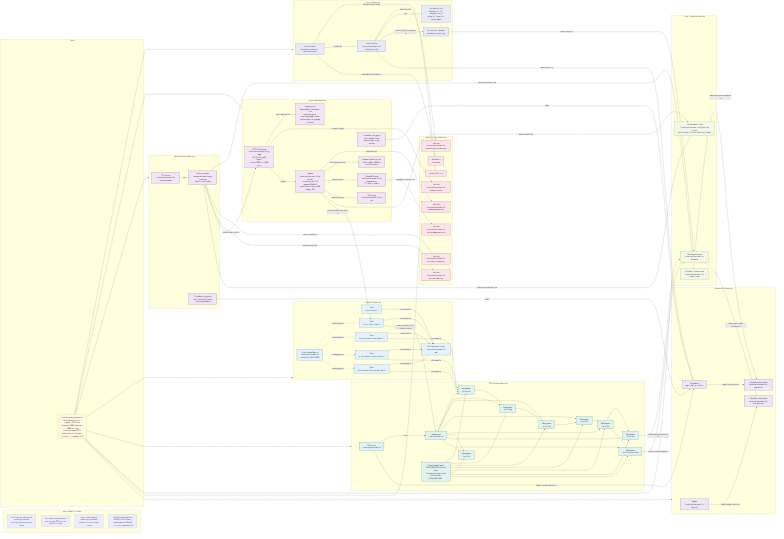
Above: docs/design/platform/dev_full/graph/readiness/dev_full_platform_resources_production_ready_current_v0.mermaid.png in EsosaOrumwese/fraud-detection-system (Mermaid), before the change. Its source is kept beside it as docs/design/platform/dev_full/graph/readiness/dev_full_platform_resources_production_ready_current_v0.mermaid.mmd.
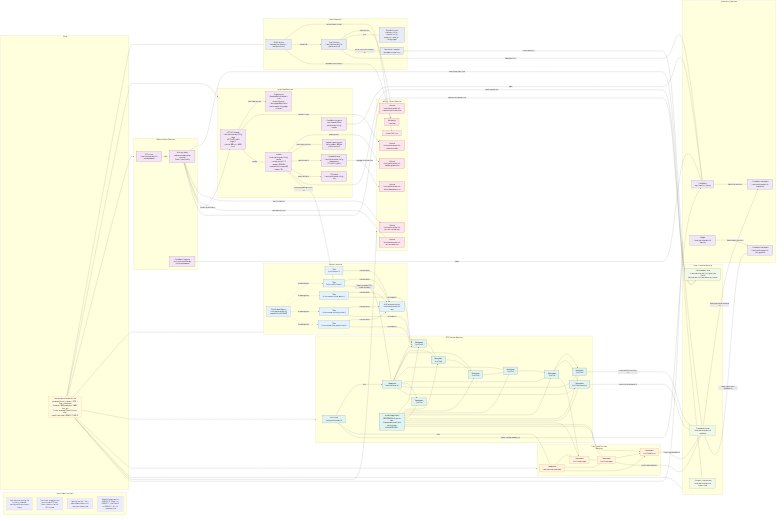
The same diagram one commit later.

Commit message:
Close Phase 3 Case and Label readiness

What changed in the source:
```diff
@@ -7,13 +7,13 @@
 
   subgraph LEGEND["How to Read This Graph"]
     L1["Only resources backing the currently promoted working-platform core are shown"]
-    L2["The current promoted core now includes RTDL on the live EKS runtime"]
-    L3["Case + Label remains absent as a promoted plane until its own phase closes"]
-    L4["Phase 0 closed green on 2026-03-10 and Phase 1 closed green on 2026-03-11 for this promoted core"]
+    L2["The current promoted core now includes RTDL and Case + Label on the live EKS runtime"]
+    L3["Learning and Ops / Gov / Meta remain absent until their own phases close"]
+    L4["Phase 0 closed green on 2026-03-10, Phase 1 on 2026-03-11, and Phase 3 on 2026-03-11 for this promoted core"]
   end
 
   subgraph NOTE["Scope"]
-    N1["Concrete resource view for the promoted Control + Ingress + RTDL core<br>Envelope: 3000 steady eps / 6000 burst eps<br>Current accepted RTDL closure control: 54 lanes / ig_push = 1 / speedup 52.9"]
+    N1["Concrete resource view for the promoted Control + Ingress + RTDL + Case + Label core<br>Envelope: 3000 steady eps / 6000 burst eps<br>Current accepted Phase 3 closure slice: phase3_case_label_20260311T142813Z"]
   end
 
   subgraph CONTROL["Control Resources"]
@@ -63,6 +63,13 @@
     RTDLIMG["Pinned image family<br>230372904534.dkr.ecr.eu-west-2.amazonaws.com/fraud-platform-dev-full@sha256:c984..."]
   end
 
+  subgraph CASELABEL["Case + Label Runtime Resources"]
+    NSCASE["Namespace<br>fraud-platform-case-labels"]
+    CASETRIG["Deployment<br>fp-pr3-case-trigger"]
+    CASEMGMT["Deployment<br>fp-pr3-case-mgmt"]
+    LABELSTORE["Deployment<br>fp-pr3-label-store"]
+  end
+
   subgraph STATE["State / Evidence Resources"]
     OBJ["S3 object / oracle store<br>fraud-platform-dev-full-object-store"]
     EVID["S3 evidence bucket<br>fraud-platform-dev-full-evidence"]
@@ -92,6 +99,7 @@
   N1 --> WSP
   N1 --> TRANSPORT
   N1 --> RTDL
+  N1 --> CASELABEL
   N1 --> STATE
   N1 --> IDENTITY
   N1 --> OBS
@@ -133,6 +141,7 @@
   GLUEREG -. schema-governs .-> TFLOW
 
   EKS -->|hosts| NSRTDL
+  EKS -->|hosts| NSCASE
   NSRTDL --> CSFB
   NSRTDL --> IEG
   NSRTDL --> OFP
@@ -149,6 +158,12 @@
   RTDLIMG --> AL
   RTDLIMG --> DLA
   RTDLIMG --> ARCH
+  NSCASE --> CASETRIG
+  NSCASE --> CASEMGMT
+  NSCASE --> LABELSTORE
+  RTDLIMG --> CASETRIG
+  RTDLIMG --> CASEMGMT
+  RTDLIMG --> LABELSTORE
 
   TTRAFFIC -->|feeds promoted RTDL intake boundary| NSRTDL
   TCTXA -->|consumed by| CSFB
@@ -160,8 +175,13 @@
   DF --> DL
   DL --> DLA
   DL --> ARCH
+  DL --> CASETRIG
+  CASETRIG --> CASEMGMT
+  CASEMGMT --> LABELSTORE
   ARCH -->|stores archive evidence in| EVID
   DLA -->|stores decision continuity in| EVID
+  CASEMGMT -->|stores case evidence in| EVID
+  LABELSTORE -->|stores label evidence in| EVID
 
   CWLAMBDA -->|feeds| CW
   CWWSP -->|feeds| CW
@@ -177,6 +197,7 @@
   classDef ingress fill:#f3e5f5,stroke:#6a1b9a,color:#111,stroke-width:1.3px;
   classDef transport fill:#e3f2fd,stroke:#1565c0,color:#111,stroke-width:1.3px;
   classDef rtdl fill:#e0f2f1,stroke:#00695c,color:#111,stroke-width:1.3px;
+  classDef caselabel fill:#fff3e0,stroke:#ef6c00,color:#111,stroke-width:1.3px;
   classDef state fill:#f1f8e9,stroke:#558b2f,color:#111,stroke-width:1.3px;
   classDef ident fill:#fce4ec,stroke:#ad1457,color:#111,stroke-width:1.3px;
   classDef obs fill:#ede7f6,stroke:#5e35b1,color:#111,stroke-width:1.3px;
@@ -186,6 +207,7 @@
   class HTTPAPI,APISTAGE,IGLAMBDA,IGLAMBDAENV,CWLAMBDA,DDB,DLQ,WSPCLUSTER,WSPTASK,CWWSP ingress;
   class MSK,GLUEREG,TCTRL,TTRAFFIC,TCTXA,TCTXE,TFLOW transport;
   class EKS,NSRTDL,CSFB,IEG,OFP,DF,DL,AL,DLA,ARCH,RTDLIMG rtdl;
+  class NSCASE,CASETRIG,CASEMGMT,LABELSTORE caselabel;
   class OBJ,EVID,SSM state;
   class OIDC,ROLETF,ROLESFN,ROLELAMBDA,ROLEAPIGW,ROLEDDB,ROLEWSPEXEC,ROLEWSPRUN ident;
   class CW,DASHOPS,DASHCOST,BUDGET obs;
```
